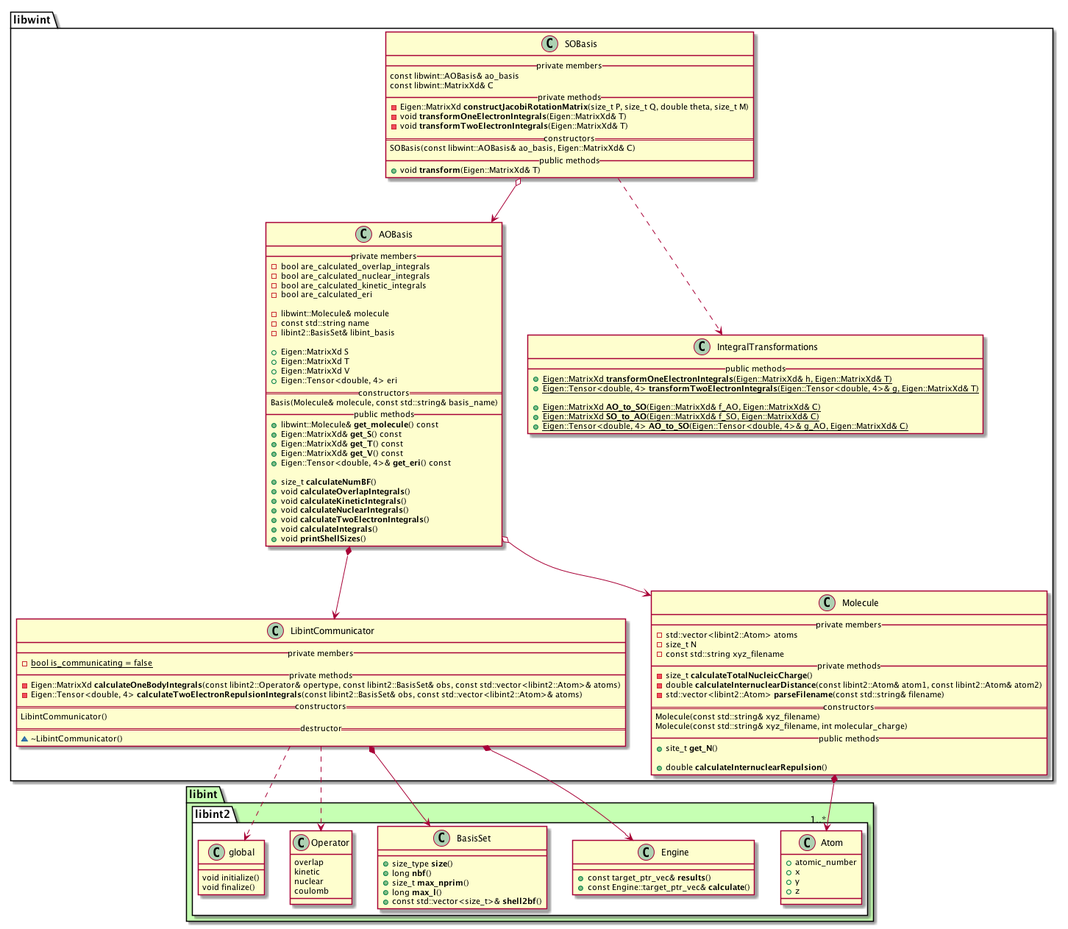
This is docs/libwint_UML_diagram.png from tmhuysen/libwint, a PlantUML export, as it was before one commit. The source it was exported from:
```plantuml
@startuml



package libint #c6ffb3 {
    namespace libint2 #ffffff {
        class Atom {
            + atomic_number
            + x
            + y
            + z
        }

        class Engine {
            + const target_ptr_vec& **results**()
            + const Engine::target_ptr_vec& **calculate**()
        }

        class BasisSet {
            + size_type **size**()
            + long **nbf**()
            + size_t **max_nprim**()
            + long **max_l**()
            + const std::vector<size_t>& **shell2bf**()
        }

        class Operator {
            overlap
            kinetic
            nuclear
            coulomb
        }

        class global {
            void initialize()
            void finalize()
        }
    }
}




namespace libwint {

    class AOBasis {
        __ private members __
            - bool are_calculated_overlap_integrals
            - bool are_calculated_nuclear_integrals
            - bool are_calculated_kinetic_integrals
            - bool are_calculated_eri

            - libwint::Molecule& molecule
            - const std::string name
            - libint2::BasisSet& libint_basis

            + Eigen::MatrixXd S
            + Eigen::MatrixXd T
            + Eigen::MatrixXd V
            + Eigen::Tensor<double, 4> eri
        == constructors ==
            Basis(Molecule& molecule, const std::string& basis_name)
        __ public methods __
            + libwint::Molecule& **get_molecule**() const
            + Eigen::MatrixXd& **get_S**() const
            + Eigen::MatrixXd& **get_T**() const
            + Eigen::MatrixXd& **get_V**() const
            + Eigen::Tensor<double, 4>& **get_eri**() const

            + size_t **calculateNumBF**()
            + void **calculateOverlapIntegrals**()
            + void **calculateKineticIntegrals**()
            + void **calculateNuclearIntegrals**()
            + void **calculateTwoElectronIntegrals**()
            + void **calculateIntegrals**()
            + void **printShellSizes**()
    }


    class SOBasis {
        __ private members __
            const libwint::AOBasis& ao_basis
            const libwint::MatrixXd& C
        __ private methods __
            - Eigen::MatrixXd **constructJacobiRotationMatrix**(size_t P, size_t Q, double theta, size_t M)
            - void **transformOneElectronIntegrals**(Eigen::MatrixXd& T)
            - void **transformTwoElectronIntegrals**(Eigen::MatrixXd& T)
        == constructors ==
            SOBasis(const libwint::AOBasis& ao_basis, Eigen::MatrixXd& C)
        __ public methods __
            + void **transform**(Eigen::MatrixXd& T)
    }


    class IntegralTransformations {
        __ public methods __
            + {static} Eigen::MatrixXd **transformOneElectronIntegrals**(Eigen::MatrixXd& h, Eigen::MatrixXd& T)
            + {static} Eigen::Tensor<double, 4> **transformTwoElectronIntegrals**(Eigen::Tensor<double, 4>& g, Eigen::MatrixXd& T)

            + {static} Eigen::MatrixXd **AO_to_SO**(Eigen::MatrixXd& f_AO, Eigen::MatrixXd& C)
            + {static} Eigen::MatrixXd **SO_to_AO**(Eigen::MatrixXd& f_SO, Eigen::MatrixXd& C)
            + {static} Eigen::Tensor<double, 4> **AO_to_SO**(Eigen::Tensor<double, 4>& g_AO, Eigen::MatrixXd& C)
    }


    class LibintCommunicator {
        __ private members __
            - {static} bool is_communicating = false
        __ private methods __
            - Eigen::MatrixXd **calculateOneBodyIntegrals**(const libint2::Operator& opertype, const libint2::BasisSet& obs, const std::vector<libint2::Atom>& atoms)
            - Eigen::Tensor<double, 4> **calculateTwoElectronRepulsionIntegrals**(const libint2::BasisSet& obs, const std::vector<libint2::Atom>& atoms)
        == constructors ==
            LibintCommunicator()
        == destructor ==
            ~ ~LibintCommunicator()
    }


    class Molecule {
        __ private members __
            - std::vector<libint2::Atom> atoms
            - size_t N
            - const std::string xyz_filename
        __ private methods __
            - size_t **calculateTotalNucleicCharge**()
            - double **calculateInternuclearDistance**(const libint2::Atom& atom1, const libint2::Atom& atom2)
            - std::vector<libint2::Atom> **parseFilename**(const std::string& filename)
        == constructors ==
            Molecule(const std::string& xyz_filename)
            Molecule(const std::string& xyz_filename, int molecular_charge)
        __ public methods __
            + site_t **get_N**()

            + double **calculateInternuclearRepulsion**()
    }

}



libwint.AOBasis o--> libwint.Molecule
libwint.AOBasis *--> libwint.LibintCommunicator

libwint.LibintCommunicator *--> libint2.BasisSet
libwint.LibintCommunicator ..> libint2.Operator
libwint.LibintCommunicator *--> libint2.Engine
libwint.LibintCommunicator ..> libint2.global

libwint.Molecule *--> "1..*" libint2.Atom

libwint.SOBasis ..> libwint.IntegralTransformations
libwint.SOBasis o--> libwint.AOBasis


@enduml
```
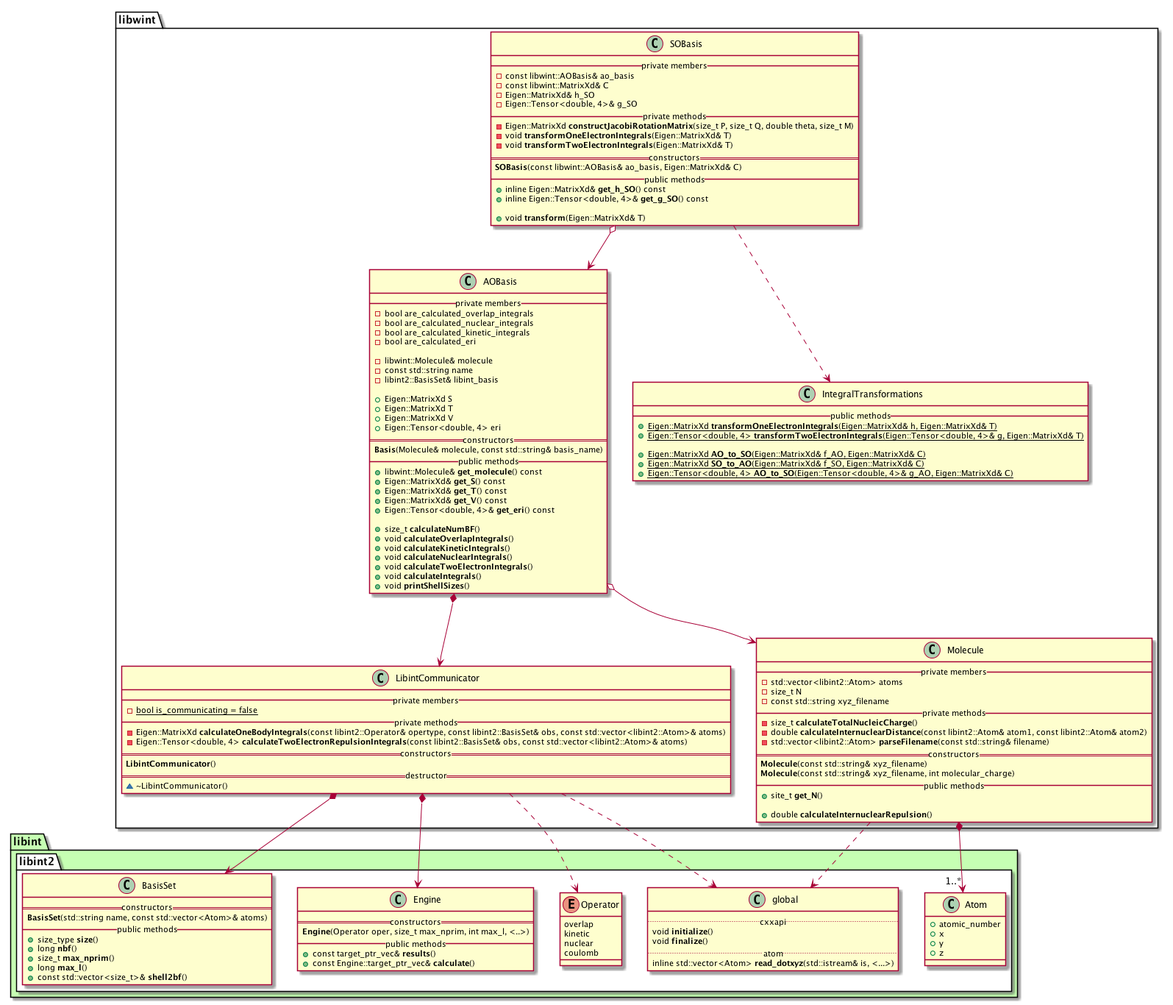
Later version of the same file.

Commit message:
Update UML after refactoring MP2.

The edit, as a diff of the source:
```diff
@@ -12,19 +12,25 @@
         }
 
         class Engine {
-            + const target_ptr_vec& **results**()
-            + const Engine::target_ptr_vec& **calculate**()
+            == constructors ==
+                **Engine**(Operator oper, size_t max_nprim, int max_l, <..>)
+            __ public methods __
+                + const target_ptr_vec& **results**()
+                + const Engine::target_ptr_vec& **calculate**()
         }
 
         class BasisSet {
-            + size_type **size**()
-            + long **nbf**()
-            + size_t **max_nprim**()
-            + long **max_l**()
-            + const std::vector<size_t>& **shell2bf**()
+            == constructors ==
+                **BasisSet**(std::string name, const std::vector<Atom>& atoms)
+            __ public methods __
+                + size_type **size**()
+                + long **nbf**()
+                + size_t **max_nprim**()
+                + long **max_l**()
+                + const std::vector<size_t>& **shell2bf**()
         }
 
-        class Operator {
+        enum Operator {
             overlap
             kinetic
             nuclear
@@ -32,8 +38,11 @@
         }
 
         class global {
-            void initialize()
-            void finalize()
+            .. cxxapi ..
+                void **initialize**()
+                void **finalize**()
+            .. atom ..
+                inline std::vector<Atom> **read_dotxyz**(std::istream& is, <...>)
         }
     }
 }
@@ -59,7 +68,7 @@
             + Eigen::MatrixXd V
             + Eigen::Tensor<double, 4> eri
         == constructors ==
-            Basis(Molecule& molecule, const std::string& basis_name)
+            **Basis**(Molecule& molecule, const std::string& basis_name)
         __ public methods __
             + libwint::Molecule& **get_molecule**() const
             + Eigen::MatrixXd& **get_S**() const
@@ -79,15 +88,20 @@
 
     class SOBasis {
         __ private members __
-            const libwint::AOBasis& ao_basis
-            const libwint::MatrixXd& C
+            - const libwint::AOBasis& ao_basis
+            - const libwint::MatrixXd& C
+            - Eigen::MatrixXd& h_SO
+            - Eigen::Tensor<double, 4>& g_SO
         __ private methods __
             - Eigen::MatrixXd **constructJacobiRotationMatrix**(size_t P, size_t Q, double theta, size_t M)
             - void **transformOneElectronIntegrals**(Eigen::MatrixXd& T)
             - void **transformTwoElectronIntegrals**(Eigen::MatrixXd& T)
         == constructors ==
-            SOBasis(const libwint::AOBasis& ao_basis, Eigen::MatrixXd& C)
+            **SOBasis**(const libwint::AOBasis& ao_basis, Eigen::MatrixXd& C)
         __ public methods __
+            + inline Eigen::MatrixXd& **get_h_SO**() const
+            + inline Eigen::Tensor<double, 4>& **get_g_SO**() const
+
             + void **transform**(Eigen::MatrixXd& T)
     }
 
@@ -110,7 +124,7 @@
             - Eigen::MatrixXd **calculateOneBodyIntegrals**(const libint2::Operator& opertype, const libint2::BasisSet& obs, const std::vector<libint2::Atom>& atoms)
             - Eigen::Tensor<double, 4> **calculateTwoElectronRepulsionIntegrals**(const libint2::BasisSet& obs, const std::vector<libint2::Atom>& atoms)
         == constructors ==
-            LibintCommunicator()
+            **LibintCommunicator**()
         == destructor ==
             ~ ~LibintCommunicator()
     }
@@ -126,8 +140,8 @@
             - double **calculateInternuclearDistance**(const libint2::Atom& atom1, const libint2::Atom& atom2)
             - std::vector<libint2::Atom> **parseFilename**(const std::string& filename)
         == constructors ==
-            Molecule(const std::string& xyz_filename)
-            Molecule(const std::string& xyz_filename, int molecular_charge)
+            **Molecule**(const std::string& xyz_filename)
+            **Molecule**(const std::string& xyz_filename, int molecular_charge)
         __ public methods __
             + site_t **get_N**()
 
@@ -147,6 +161,7 @@
 libwint.LibintCommunicator ..> libint2.global
 
 libwint.Molecule *--> "1..*" libint2.Atom
+libwint.Molecule ..> libint2.global
 
 libwint.SOBasis ..> libwint.IntegralTransformations
 libwint.SOBasis o--> libwint.AOBasis
```
